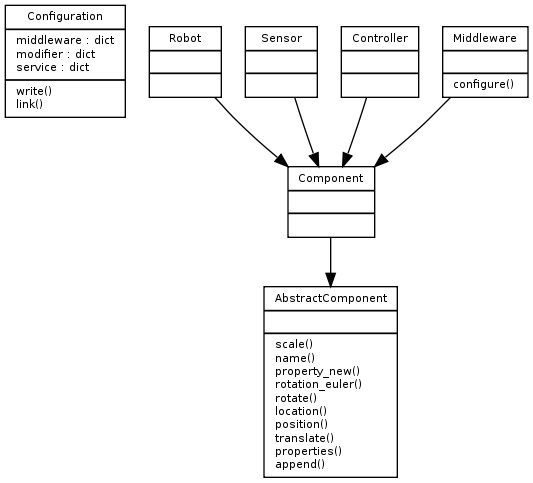
morse-simulator/morse keeps this Graphviz diagram as doc/media/morsebuilder_uml.png. Above is the earlier version. Its source is kept beside it as doc/morse/dev/morsebuilder_uml.dot.
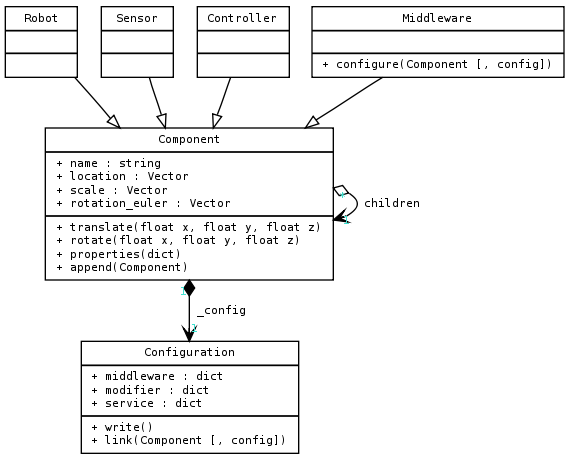
The same file after the commit.

What changed in the source:
```diff
@@ -1,30 +1,28 @@
 digraph G {
-	fontname = "Bitstream Vera Sans"
-	fontsize = 8
-	bgcolor="transparent"
+  fontname = "DejaVu Sans Mono"
+  fontsize = 8
+  bgcolor = "transparent"
 
-	node [
-		fontname = "Bitstream Vera Sans"
-		fontsize = 8
-		shape = "record"
-		fillcolor="white"
-		style="filled"
-	]
+  node [
+    fontname = "DejaVu Sans Mono"
+    fontsize = 8
+    shape = "record"
+    fillcolor = "white"
+    style = "filled"
+  ]
 
-	edge [
-		fontname = "Bitstream Vera Sans"
-		fontsize = 8
-		color="black"
-	]
+  edge [
+    fontname = "DejaVu Sans Mono"
+    fontsize = 8
+    color = "black"
+    arrowhead = empty
+  ]
 
   Configuration [
-    label="{Configuration|middleware : dict\lmodifier : dict\lservice : dict\l|write()\llink()\l}"
-  ]
-  AbstractComponent [
-    label="{AbstractComponent|\l|scale()\lname()\lproperty_new()\lrotation_euler()\lrotate()\llocation()\lposition()\ltranslate()\lproperties()\lappend()\l}"
+    label = "{Configuration|+ middleware : dict\l+ modifier : dict\l+ service : dict\l|+ write()\l+ link(Component [, config])\l}"
   ]
   Component [
-    label = "{Component|\l|}"
+    label="{Component|+ name : string\l+ location : Vector\l+ scale : Vector\l+ rotation_euler : Vector\l|+ translate(float x, float y, float z)\l+ rotate(float x, float y, float z)\l+ properties(dict)\l+ append(Component)\l}"
   ]
   Robot [
     label = "{Robot|\l|}"
@@ -36,14 +34,15 @@
     label = "{Controller|\l|}"
   ]
   Middleware [
-    label = "{Middleware | }"
-    label="{Middleware|\l|configure()\l}"
+    label = "{Middleware|\l|+ configure(Component [, config])\l}"
   ]
 
-  Component -> AbstractComponent
   Robot -> Component
   Sensor -> Component
   Controller -> Component
   Middleware -> Component
-  Configuration
+  Component -> Configuration [arrowhead=open, arrowtail=diamond,
+    label=" _config ", headlabel=" 1 ", taillabel=" 1 ", labelfontcolor="turquoise"]
+  Component -> Component [arrowhead=open, arrowtail=ediamond,
+    label=" children ", headlabel=" 1 ", taillabel=" * ", labelfontcolor="turquoise"]
 }
```
